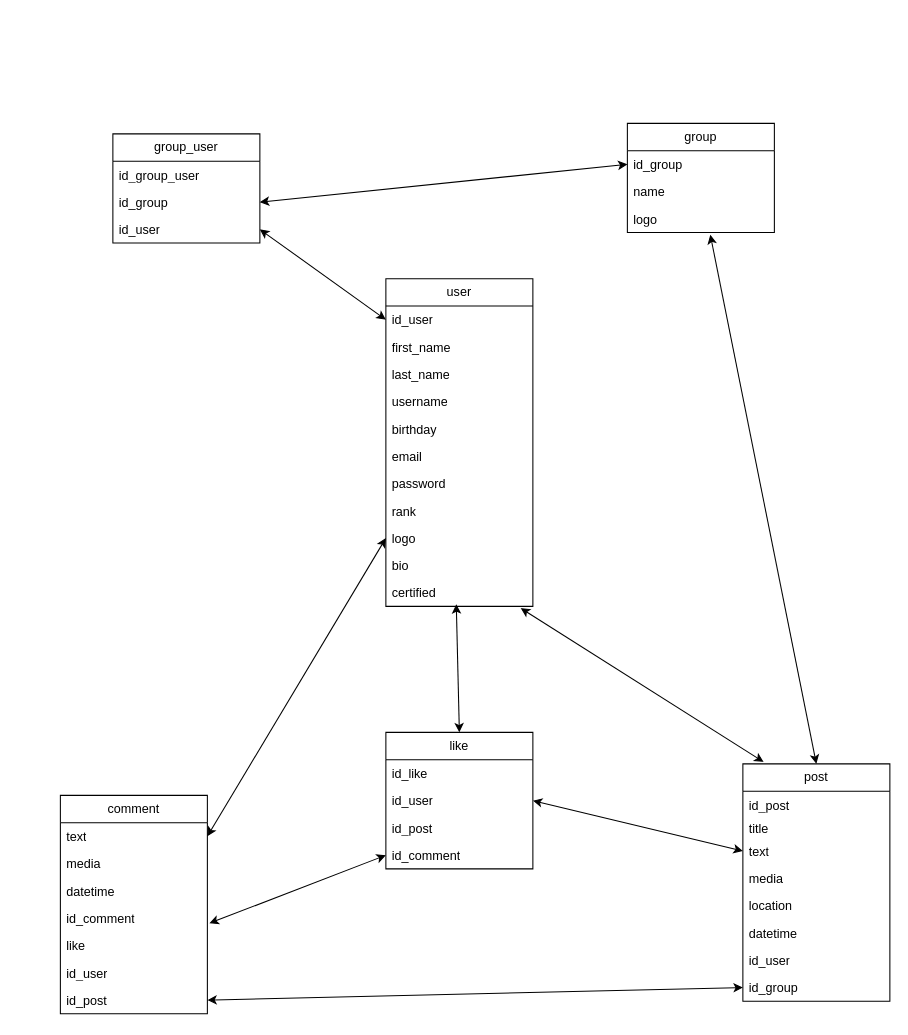
Before: MCD_No_Comment.drawio in Evan-Duval/NoComment, a draw.io diagram. Source tidied: cells renumbered, new cells numbered last; positions are measured from the earlier drawing's top-left corner, leaving out a move shared by most shapes. Both pictures are drawn from the tidied source at 105%, with x=0, y=0 at pixel (60, 123).
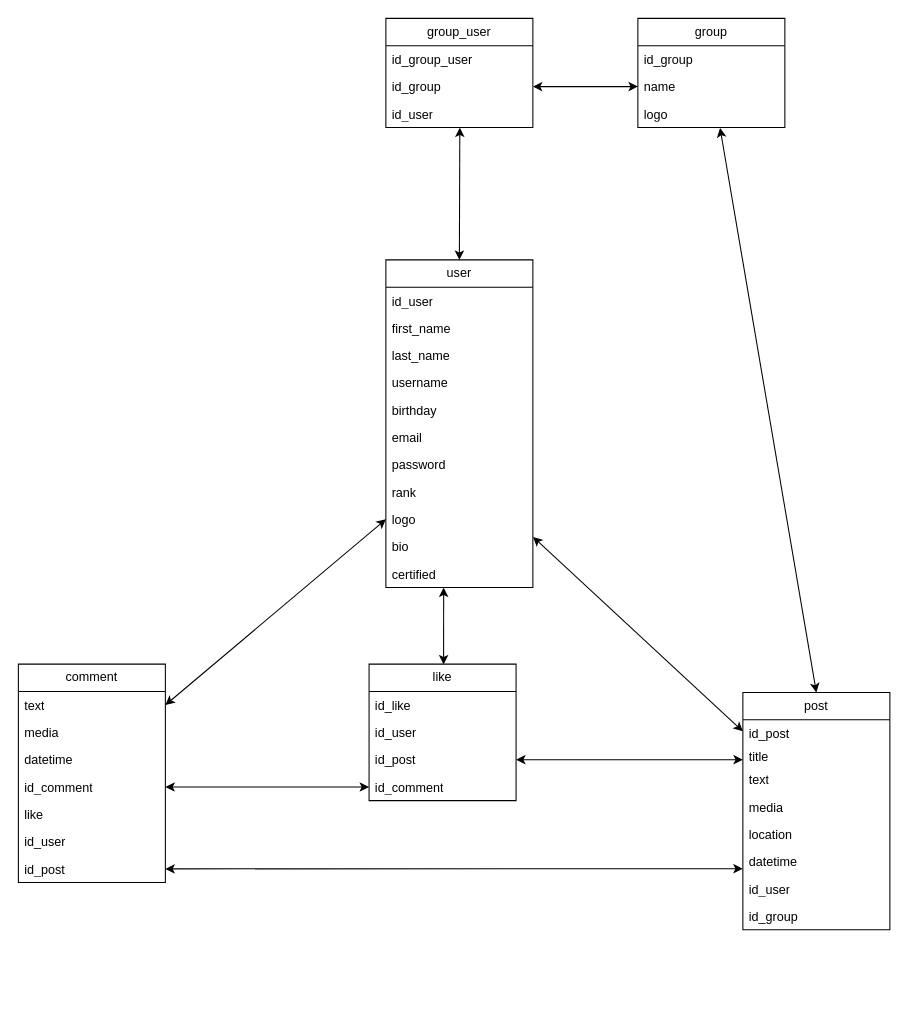
The same diagram, later.

Commit message (it also covers changes not shown here):
Mettre à jour MCD_No_Comment.drawio

Unchanged cells that the change refers to:
```xml
<mxCell id="3" value="id_user" style="text;strokeColor=none;fillColor=none;align=left;verticalAlign=top;spacingLeft=4;spacingRight=4;overflow=hidden;points=[[0,0.5],[1,0.5]];portConstraint=eastwest;whiteSpace=wrap;html=1;" parent="2" vertex="1">
  <mxGeometry y="26" width="140" height="26" as="geometry" />
</mxCell>
<mxCell id="12" value="bio" style="text;strokeColor=none;fillColor=none;align=left;verticalAlign=top;spacingLeft=4;spacingRight=4;overflow=hidden;points=[[0,0.5],[1,0.5]];portConstraint=eastwest;whiteSpace=wrap;html=1;" parent="2" vertex="1">
  <mxGeometry y="260" width="140" height="26" as="geometry" />
</mxCell>
<mxCell id="13" value="certified" style="text;strokeColor=none;fillColor=none;align=left;verticalAlign=top;spacingLeft=4;spacingRight=4;overflow=hidden;points=[[0,0.5],[1,0.5]];portConstraint=eastwest;whiteSpace=wrap;html=1;" parent="2" vertex="1">
  <mxGeometry y="286" width="140" height="26" as="geometry" />
</mxCell>
<mxCell id="15" value="id_post" style="text;strokeColor=none;fillColor=none;align=left;verticalAlign=top;spacingLeft=4;spacingRight=4;overflow=hidden;points=[[0,0.5],[1,0.5]];portConstraint=eastwest;whiteSpace=wrap;html=1;" parent="14" vertex="1">
  <mxGeometry y="26" width="140" height="22" as="geometry" />
</mxCell>
<mxCell id="16" value="title" style="text;strokeColor=none;fillColor=none;align=left;verticalAlign=top;spacingLeft=4;spacingRight=4;overflow=hidden;points=[[0,0.5],[1,0.5]];portConstraint=eastwest;whiteSpace=wrap;html=1;" parent="14" vertex="1">
  <mxGeometry y="48" width="140" height="22" as="geometry" />
</mxCell>
<mxCell id="17" value="text" style="text;strokeColor=none;fillColor=none;align=left;verticalAlign=top;spacingLeft=4;spacingRight=4;overflow=hidden;points=[[0,0.5],[1,0.5]];portConstraint=eastwest;whiteSpace=wrap;html=1;" parent="14" vertex="1">
  <mxGeometry y="70" width="140" height="26" as="geometry" />
</mxCell>
<mxCell id="20" value="datetime" style="text;strokeColor=none;fillColor=none;align=left;verticalAlign=top;spacingLeft=4;spacingRight=4;overflow=hidden;points=[[0,0.5],[1,0.5]];portConstraint=eastwest;whiteSpace=wrap;html=1;" parent="14" vertex="1">
  <mxGeometry y="148" width="140" height="26" as="geometry" />
</mxCell>
<mxCell id="22" value="id_group" style="text;strokeColor=none;fillColor=none;align=left;verticalAlign=top;spacingLeft=4;spacingRight=4;overflow=hidden;points=[[0,0.5],[1,0.5]];portConstraint=eastwest;whiteSpace=wrap;html=1;" parent="14" vertex="1">
  <mxGeometry y="200" width="140" height="26" as="geometry" />
</mxCell>
<mxCell id="24" value="id_group" style="text;strokeColor=none;fillColor=none;align=left;verticalAlign=top;spacingLeft=4;spacingRight=4;overflow=hidden;points=[[0,0.5],[1,0.5]];portConstraint=eastwest;whiteSpace=wrap;html=1;" parent="23" vertex="1">
  <mxGeometry y="26" width="140" height="26" as="geometry" />
</mxCell>
<mxCell id="25" value="name" style="text;strokeColor=none;fillColor=none;align=left;verticalAlign=top;spacingLeft=4;spacingRight=4;overflow=hidden;points=[[0,0.5],[1,0.5]];portConstraint=eastwest;whiteSpace=wrap;html=1;" parent="23" vertex="1">
  <mxGeometry y="52" width="140" height="26" as="geometry" />
</mxCell>
<mxCell id="26" value="logo" style="text;strokeColor=none;fillColor=none;align=left;verticalAlign=top;spacingLeft=4;spacingRight=4;overflow=hidden;points=[[0,0.5],[1,0.5]];portConstraint=eastwest;whiteSpace=wrap;html=1;" parent="23" vertex="1">
  <mxGeometry y="78" width="140" height="26" as="geometry" />
</mxCell>
<mxCell id="29" value="id_group" style="text;strokeColor=none;fillColor=none;align=left;verticalAlign=top;spacingLeft=4;spacingRight=4;overflow=hidden;points=[[0,0.5],[1,0.5]];portConstraint=eastwest;whiteSpace=wrap;html=1;" parent="27" vertex="1">
  <mxGeometry y="52" width="140" height="26" as="geometry" />
</mxCell>
<mxCell id="30" value="id_user" style="text;strokeColor=none;fillColor=none;align=left;verticalAlign=top;spacingLeft=4;spacingRight=4;overflow=hidden;points=[[0,0.5],[1,0.5]];portConstraint=eastwest;whiteSpace=wrap;html=1;" parent="27" vertex="1">
  <mxGeometry y="78" width="140" height="26" as="geometry" />
</mxCell>
<mxCell id="35" value="id_comment" style="text;strokeColor=none;fillColor=none;align=left;verticalAlign=top;spacingLeft=4;spacingRight=4;overflow=hidden;points=[[0,0.5],[1,0.5]];portConstraint=eastwest;whiteSpace=wrap;html=1;" parent="31" vertex="1">
  <mxGeometry y="104" width="140" height="26" as="geometry" />
</mxCell>
<mxCell id="38" value="id_post" style="text;strokeColor=none;fillColor=none;align=left;verticalAlign=top;spacingLeft=4;spacingRight=4;overflow=hidden;points=[[0,0.5],[1,0.5]];portConstraint=eastwest;whiteSpace=wrap;html=1;" parent="31" vertex="1">
  <mxGeometry y="182" width="140" height="26" as="geometry" />
</mxCell>
<mxCell id="41" value="id_user" style="text;strokeColor=none;fillColor=none;align=left;verticalAlign=top;spacingLeft=4;spacingRight=4;overflow=hidden;points=[[0,0.5],[1,0.5]];portConstraint=eastwest;whiteSpace=wrap;html=1;" parent="39" vertex="1">
  <mxGeometry y="52" width="140" height="26" as="geometry" />
</mxCell>
<mxCell id="42" value="id_post" style="text;strokeColor=none;fillColor=none;align=left;verticalAlign=top;spacingLeft=4;spacingRight=4;overflow=hidden;points=[[0,0.5],[1,0.5]];portConstraint=eastwest;whiteSpace=wrap;html=1;" parent="39" vertex="1">
  <mxGeometry y="78" width="140" height="26" as="geometry" />
</mxCell>
<mxCell id="43" value="id_comment" style="text;strokeColor=none;fillColor=none;align=left;verticalAlign=top;spacingLeft=4;spacingRight=4;overflow=hidden;points=[[0,0.5],[1,0.5]];portConstraint=eastwest;whiteSpace=wrap;html=1;" parent="39" vertex="1">
  <mxGeometry y="104" width="140" height="26" as="geometry" />
</mxCell>
```

Diff of the diagram source:
```diff
@@
     <mxCell id="2" value="user" style="swimlane;fontStyle=0;horizontal=1;startSize=26;fillColor=none;whiteSpace=wrap;html=1;" parent="1" vertex="1">
-      <mxGeometry x="310" y="148" width="140" height="312" as="geometry" />
+      <mxGeometry x="310" y="130" width="140" height="312" as="geometry" />
     </mxCell>
@@
-    <mxCell id="6" value="username" style="text;strokeColor=none;fillColor=none;align=left;verticalAlign=top;spacingLeft=4;spacingRight=4;overflow=hidden;whiteSpace=wrap;html=1;" parent="2" vertex="1">
+    <mxCell id="6" value="username" style="text;strokeColor=none;fillColor=none;align=left;verticalAlign=top;spacingLeft=4;spacingRight=4;overflow=hidden;whiteSpace=wrap;html=1;strokeWidth=1;" parent="2" vertex="1">
       <mxGeometry y="104" width="140" height="26" as="geometry" />
     </mxCell>
@@
     <mxCell id="14" value="post" style="swimlane;fontStyle=0;horizontal=1;startSize=26;fillColor=none;whiteSpace=wrap;html=1;" parent="1" vertex="1">
-      <mxGeometry x="650" y="610" width="140" height="226" as="geometry" />
+      <mxGeometry x="650" y="542" width="140" height="226" as="geometry" />
     </mxCell>
@@
     <mxCell id="23" value="group" style="swimlane;fontStyle=0;horizontal=1;startSize=26;fillColor=none;whiteSpace=wrap;html=1;" parent="1" vertex="1">
-      <mxGeometry x="540" width="140" height="104" as="geometry" />
+      <mxGeometry x="550" y="-100" width="140" height="104" as="geometry" />
     </mxCell>
@@
     <mxCell id="27" value="group_user" style="swimlane;fontStyle=0;horizontal=1;startSize=26;fillColor=none;whiteSpace=wrap;html=1;" parent="1" vertex="1">
-      <mxGeometry x="50" y="10" width="140" height="104" as="geometry" />
+      <mxGeometry x="310" y="-100" width="140" height="104" as="geometry" />
     </mxCell>
@@
     <mxCell id="31" value="comment" style="swimlane;fontStyle=0;horizontal=1;startSize=26;fillColor=none;whiteSpace=wrap;html=1;" parent="1" vertex="1">
-      <mxGeometry y="640" width="140" height="208" as="geometry" />
+      <mxGeometry x="-40" y="515" width="140" height="208" as="geometry" />
     </mxCell>
@@
     <mxCell id="39" value="like" style="swimlane;fontStyle=0;horizontal=1;startSize=26;fillColor=none;whiteSpace=wrap;html=1;" parent="1" vertex="1">
-      <mxGeometry x="310" y="580" width="140" height="130" as="geometry" />
+      <mxGeometry x="294" y="515" width="140" height="130" as="geometry" />
     </mxCell>
@@
-    <mxCell id="44" style="endArrow=classic;startArrow=classic;html=1;rounded=0;exitX=0;exitY=0.5;exitDx=0;exitDy=0;entryX=1;entryY=0.5;entryDx=0;entryDy=0;" parent="1" edge="1" source="3" target="30">
+    <mxCell id="44" style="endArrow=classic;startArrow=classic;html=1;rounded=0;exitX=0.5;exitY=0;exitDx=0;exitDy=0;entryX=0.503;entryY=1.002;entryDx=0;entryDy=0;entryPerimeter=0;" parent="1" edge="1" source="2" target="30">
       <mxGeometry relative="1" as="geometry" />
     </mxCell>
-    <mxCell id="45" style="endArrow=classic;startArrow=classic;html=1;rounded=0;exitX=1;exitY=0.5;exitDx=0;exitDy=0;entryX=0;entryY=0.5;entryDx=0;entryDy=0;" parent="1" edge="1" source="29" target="24">
+    <mxCell id="45" style="endArrow=classic;startArrow=classic;html=1;rounded=0;exitX=1;exitY=0.5;exitDx=0;exitDy=0;entryX=0;entryY=0.5;entryDx=0;entryDy=0;" parent="1" edge="1" source="29" target="25">
       <mxGeometry relative="1" as="geometry" />
     </mxCell>
-    <mxCell id="46" style="endArrow=classic;startArrow=classic;html=1;rounded=0;exitX=0.479;exitY=0.923;exitDx=0;exitDy=0;entryX=0.5;entryY=0;entryDx=0;entryDy=0;exitPerimeter=0;" parent="1" edge="1" source="13" target="39">
+    <mxCell id="46" style="endArrow=classic;startArrow=classic;html=1;rounded=0;exitX=0.393;exitY=1;exitDx=0;exitDy=0;entryX=0.507;entryY=0.002;entryDx=0;entryDy=0;exitPerimeter=0;entryPerimeter=0;" parent="1" edge="1" source="13" target="39">
       <mxGeometry relative="1" as="geometry" />
     </mxCell>
@@
-    <mxCell id="48" style="endArrow=classic;startArrow=classic;html=1;rounded=0;exitX=0;exitY=0.5;exitDx=0;exitDy=0;entryX=1.014;entryY=0.684;entryDx=0;entryDy=0;entryPerimeter=0;" parent="1" edge="1" source="43" target="35">
+    <mxCell id="48" style="endArrow=classic;startArrow=classic;html=1;rounded=0;exitX=0;exitY=0.5;exitDx=0;exitDy=0;entryX=1;entryY=0.5;entryDx=0;entryDy=0;" parent="1" edge="1" source="43" target="35">
       <mxGeometry relative="1" as="geometry" />
     </mxCell>
-    <mxCell id="49" style="endArrow=classic;startArrow=classic;html=1;rounded=0;exitX=1;exitY=0.5;exitDx=0;exitDy=0;entryX=0;entryY=0.5;entryDx=0;entryDy=0;" parent="1" edge="1" source="38" target="22">
+    <mxCell id="49" style="endArrow=classic;startArrow=classic;html=1;rounded=0;exitX=1;exitY=0.5;exitDx=0;exitDy=0;entryX=-0.001;entryY=0.763;entryDx=0;entryDy=0;entryPerimeter=0;" parent="1" edge="1" source="38" target="20">
       <mxGeometry relative="1" as="geometry" />
     </mxCell>
-    <mxCell id="50" style="endArrow=classic;startArrow=classic;html=1;rounded=0;exitX=0.564;exitY=1.077;exitDx=0;exitDy=0;exitPerimeter=0;entryX=0.5;entryY=0;entryDx=0;entryDy=0;" parent="1" edge="1" source="26" target="14">
+    <mxCell id="50" style="endArrow=classic;startArrow=classic;html=1;rounded=0;exitX=0.559;exitY=1.012;exitDx=0;exitDy=0;exitPerimeter=0;entryX=0.5;entryY=0;entryDx=0;entryDy=0;" parent="1" edge="1" source="26" target="14">
       <mxGeometry relative="1" as="geometry" />
     </mxCell>
-    <mxCell id="51" style="endArrow=classic;startArrow=classic;html=1;rounded=0;exitX=1;exitY=0.5;exitDx=0;exitDy=0;entryX=0;entryY=0.5;entryDx=0;entryDy=0;" parent="1" edge="1" source="41" target="17">
+    <mxCell id="51" style="endArrow=classic;startArrow=classic;html=1;rounded=0;exitX=1;exitY=0.5;exitDx=0;exitDy=0;entryX=0;entryY=0.727;entryDx=0;entryDy=0;entryPerimeter=0;" parent="1" edge="1" source="42" target="16">
       <mxGeometry relative="1" as="geometry" />
     </mxCell>
-    <mxCell id="52" style="endArrow=classic;startArrow=classic;html=1;rounded=0;exitX=0.917;exitY=1.064;exitDx=0;exitDy=0;entryX=0.141;entryY=-0.008;entryDx=0;entryDy=0;exitPerimeter=0;entryPerimeter=0;" parent="1" edge="1" source="13" target="14">
+    <mxCell id="52" style="endArrow=classic;startArrow=classic;html=1;rounded=0;exitX=1.001;exitY=0.149;exitDx=0;exitDy=0;entryX=0;entryY=0.5;entryDx=0;entryDy=0;exitPerimeter=0;" parent="1" edge="1" source="12" target="15">
       <mxGeometry relative="1" as="geometry" />
     </mxCell>
```
